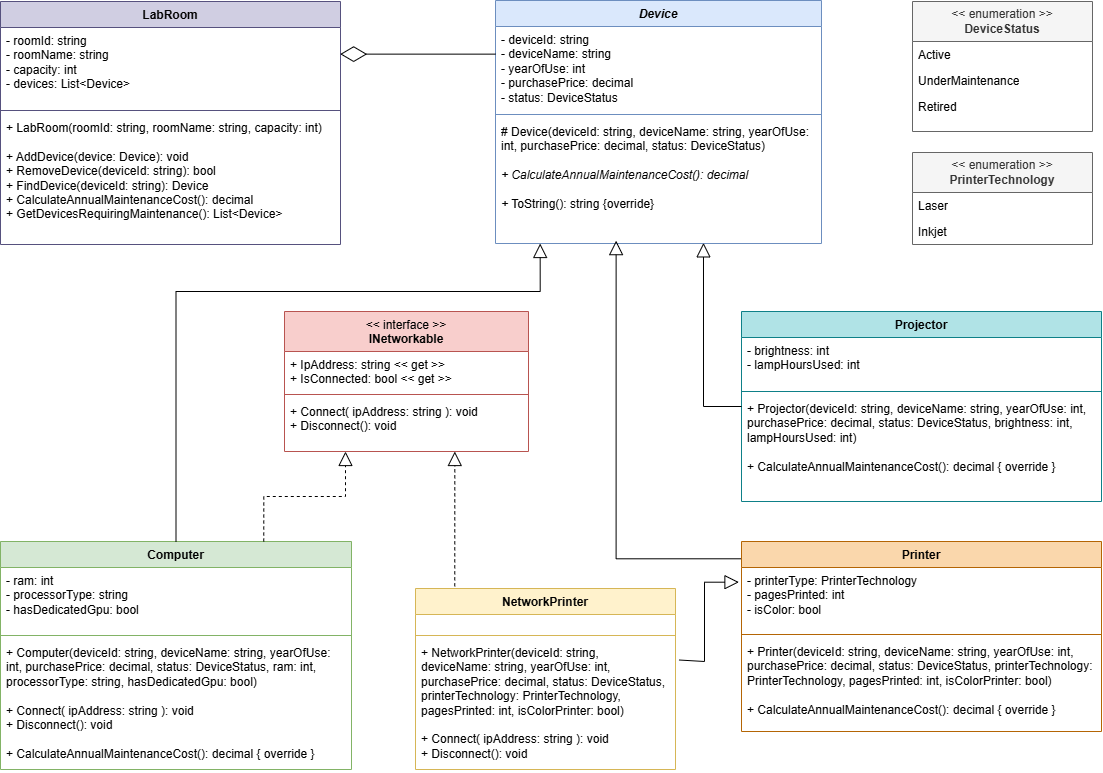
Vithx06/OOP_LAB keeps this draw.io diagram as LAB_05/UML/UML.png. Above is the earlier version. Source tidied: cells renumbered, new cells last; positions are measured from the earlier drawing's top-left corner, leaving out a move shared by most shapes.
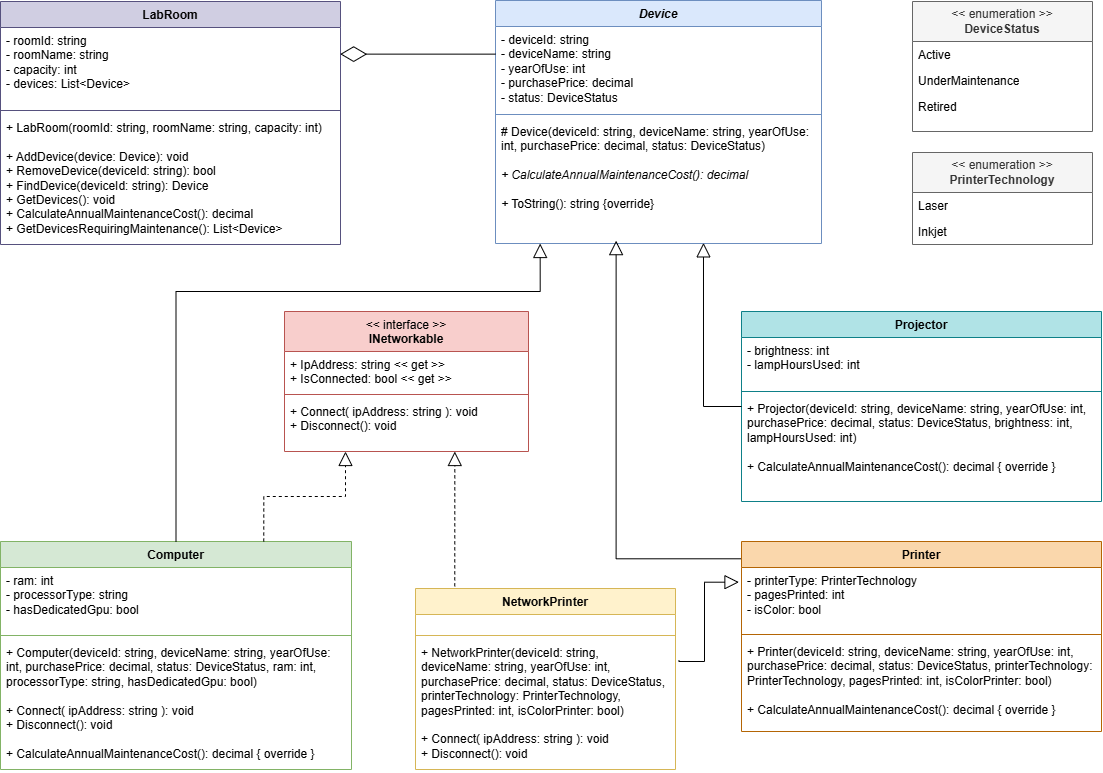
After the commit.

What changed in the source:
```diff
@@ -76,7 +76,7 @@
     <mxCell id="24" style="line;strokeWidth=1;fillColor=none;align=left;verticalAlign=middle;spacingTop=-1;spacingLeft=3;spacingRight=3;labelPosition=right;strokeColor=inherit;" parent="22" vertex="1">
       <mxGeometry y="105" width="340" height="8" as="geometry" />
     </mxCell>
-    <mxCell id="25" value="&lt;div&gt;+ LabRoom(roomId: string, roomName: string, capacity: int)&lt;/div&gt;&lt;div&gt;&lt;br&gt;&lt;/div&gt;+ AddDevice(device: Device): void&lt;div&gt;+ RemoveDevice(deviceId: string): bool&lt;/div&gt;&lt;div&gt;+ FindDevice(deviceId: string): Device&lt;/div&gt;&lt;div&gt;+ CalculateAnnualMaintenanceCost(): decimal&lt;/div&gt;&lt;div&gt;+ GetDevicesRequiringMaintenance(): List&amp;lt;Device&amp;gt;&lt;/div&gt;" style="text;strokeColor=none;fillColor=none;align=left;verticalAlign=top;spacingLeft=4;spacingRight=4;overflow=hidden;whiteSpace=wrap;html=1;" parent="22" vertex="1">
+    <mxCell id="25" value="&lt;div&gt;+ LabRoom(roomId: string, roomName: string, capacity: int)&lt;/div&gt;&lt;div&gt;&lt;br&gt;&lt;/div&gt;+ AddDevice(device: Device): void&lt;div&gt;+ RemoveDevice(deviceId: string): bool&lt;/div&gt;&lt;div&gt;+ FindDevice(deviceId: string): Device&lt;/div&gt;&lt;div&gt;+&amp;nbsp;GetDevices(): void&lt;/div&gt;&lt;div&gt;+ CalculateAnnualMaintenanceCost(): decimal&lt;/div&gt;&lt;div&gt;+ GetDevicesRequiringMaintenance(): List&amp;lt;Device&amp;gt;&lt;/div&gt;" style="text;strokeColor=none;fillColor=none;align=left;verticalAlign=top;spacingLeft=4;spacingRight=4;overflow=hidden;whiteSpace=wrap;html=1;" parent="22" vertex="1">
       <mxGeometry y="113" width="340" height="130" as="geometry" />
     </mxCell>
     <mxCell id="26" style="endArrow=diamondThin;endFill=0;endSize=24;html=1;rounded=0;exitX=0;exitY=0.329;exitDx=0;exitDy=0;entryX=0.999;entryY=0.337;entryDx=0;entryDy=0;exitPerimeter=0;entryPerimeter=0;" parent="1" edge="1" source="3" target="23">
```
